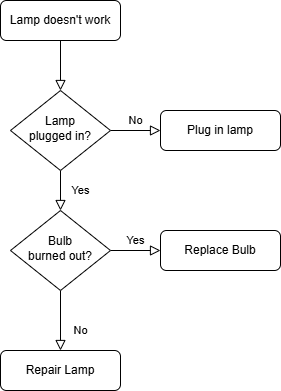
Above: docs/buttonFileLeaveRequestEvent.drawio.png in jomariabejo/MotorPH-Enterprise-Payroll-System (draw.io), before the change. Source tidied: cells renumbered, new cells last; positions are measured from the earlier drawing's top-left corner, leaving out a move shared by most shapes.
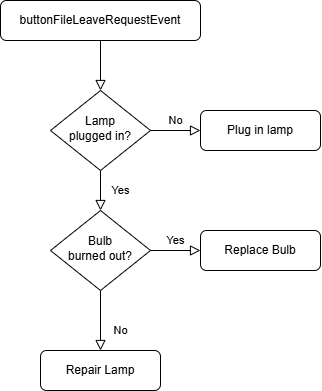
The same file after the commit.

Change to the diagram source:
```diff
@@ -5,8 +5,8 @@
     <mxCell id="2" style="rounded=0;html=1;jettySize=auto;fontSize=11;endArrow=block;endFill=0;endSize=8;strokeWidth=1;shadow=0;labelBackgroundColor=none;edgeStyle=orthogonalEdgeStyle;" parent="1" edge="1" source="3" target="6">
       <mxGeometry relative="1" as="geometry" />
     </mxCell>
-    <mxCell id="3" value="Lamp doesn't work" style="rounded=1;whiteSpace=wrap;html=1;fontSize=12;glass=0;strokeWidth=1;shadow=0;" parent="1" vertex="1">
-      <mxGeometry width="120" height="40" as="geometry" />
+    <mxCell id="3" value="buttonFileLeaveRequestEvent" style="rounded=1;whiteSpace=wrap;html=1;fontSize=12;glass=0;strokeWidth=1;shadow=0;" parent="1" vertex="1">
+      <mxGeometry x="-40" width="200" height="40" as="geometry" />
     </mxCell>
     <mxCell id="4" value="Yes" style="rounded=0;html=1;jettySize=auto;fontSize=11;endArrow=block;endFill=0;endSize=8;strokeWidth=1;shadow=0;labelBackgroundColor=none;edgeStyle=orthogonalEdgeStyle;" parent="1" edge="1" source="6" target="10">
       <mxGeometry y="20" relative="1" as="geometry" />
```
